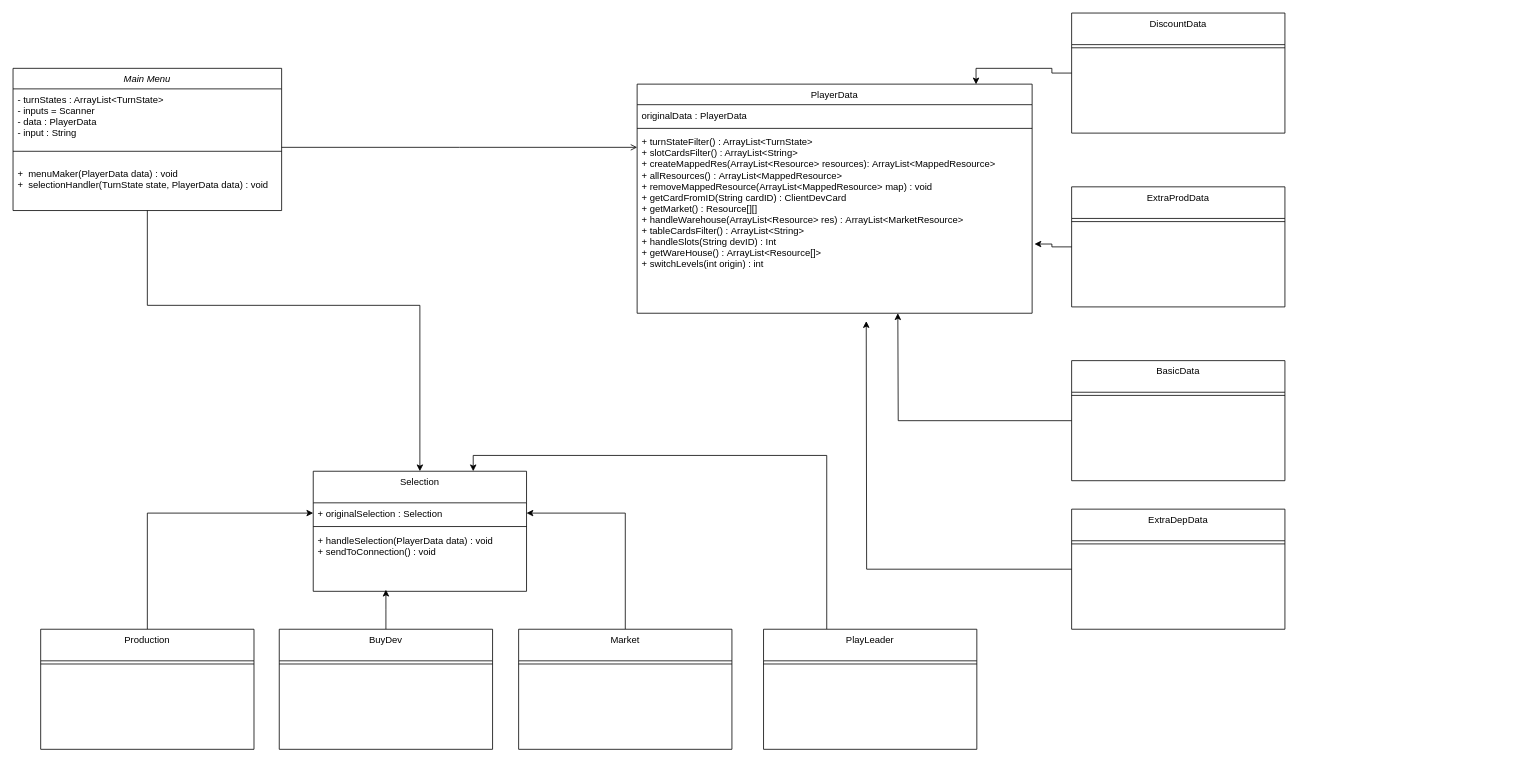
Above: Untitled Diagram.drawio in antonypascalino/ing-sw-2021-pascalino-pestrin-nebolosi (draw.io), before the change. Source tidied: cells renumbered, new cells numbered last; positions are measured from the earlier drawing's top-left corner, leaving out a move shared by most shapes. Both pictures are drawn from the tidied source at 79%, with x=0, y=0 at pixel (13, 13).
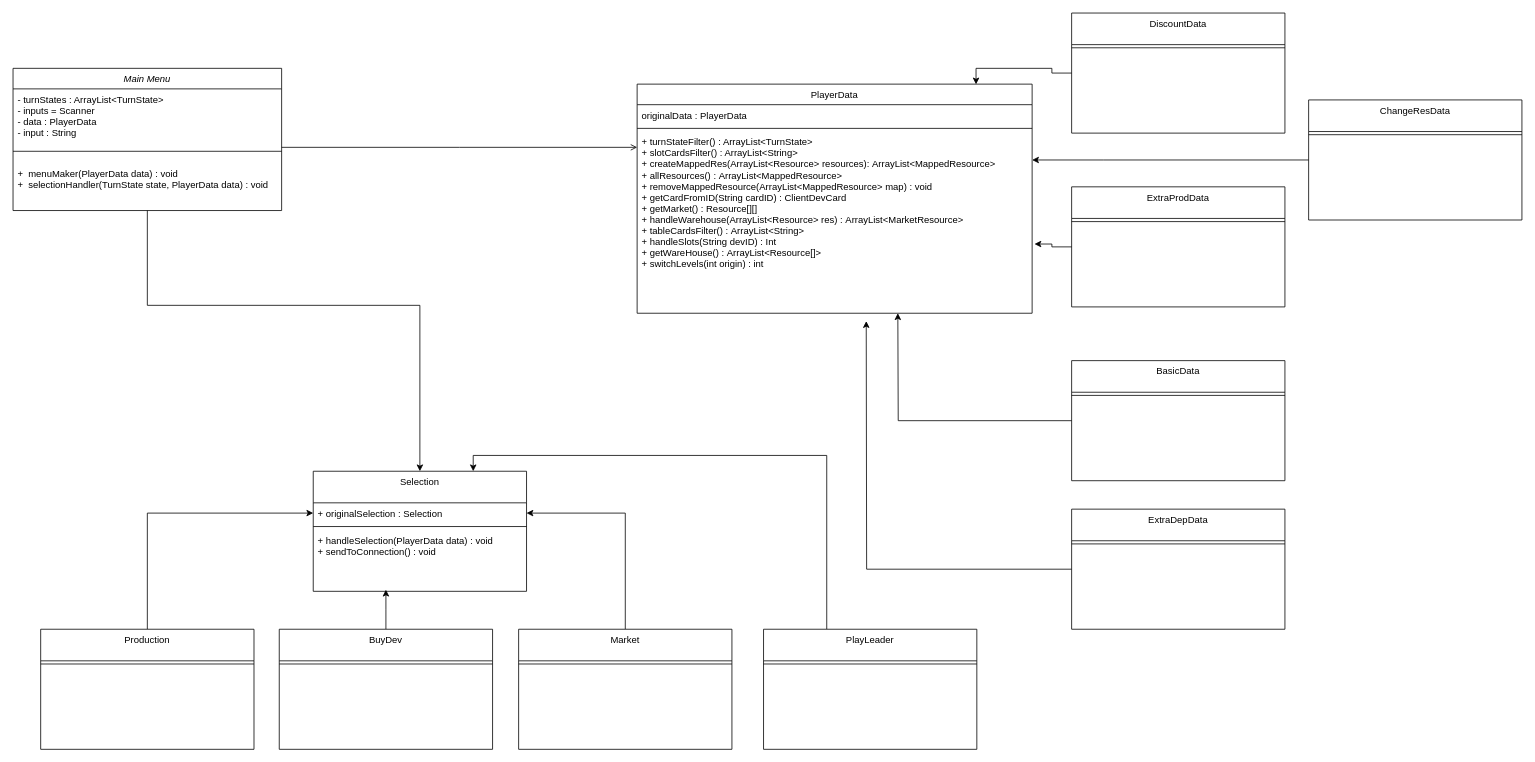
The same diagram, later.

Commit message:
Updated View uml

The change refers to these unchanged cells:
```xml
<mxCell id="14" value="+ turnStateFilter() : ArrayList&lt;TurnState&gt;&#10;+ slotCardsFilter() : ArrayList&lt;String&gt;&#10;+ createMappedRes(ArrayList&lt;Resource&gt; resources): ArrayList&lt;MappedResource&gt;&#10;+ allResources() : ArrayList&lt;MappedResource&gt;&#10;+ removeMappedResource(ArrayList&lt;MappedResource&gt; map) : void&#10;+ getCardFromID(String cardID) : ClientDevCard&#10;+ getMarket() : Resource[][]&#10;+ handleWarehouse(ArrayList&lt;Resource&gt; res) : ArrayList&lt;MarketResource&gt;&#10;+ tableCardsFilter() : ArrayList&lt;String&gt;&#10;+ handleSlots(String devID) : Int&#10;+ getWareHouse() : ArrayList&lt;Resource[]&gt;&#10;+ switchLevels(int origin) : int " style="text;align=left;verticalAlign=top;spacingLeft=4;spacingRight=4;overflow=hidden;points=[[0,0.5],[1,0.5]];portConstraint=eastwest;" parent="11" vertex="1">
  <mxGeometry y="60" width="500" height="200" as="geometry" />
</mxCell>
```

Change to the diagram source:
```diff
@@
+    <mxCell id="40" style="edgeStyle=orthogonalEdgeStyle;rounded=0;jettySize=auto;html=1;" parent="1" edge="1" source="41" target="14">
+      <mxGeometry relative="1" as="geometry">
+        <Array as="points">
+          <mxPoint x="1380" y="186" />
+          <mxPoint x="1380" y="186" />
+        </Array>
+      </mxGeometry>
+    </mxCell>
+    <mxCell id="41" value="ChangeResData&#10;" style="swimlane;fontStyle=0;align=center;verticalAlign=top;horizontal=1;startSize=40;rounded=0;shadow=0;strokeWidth=1;" parent="1" vertex="1">
+      <mxGeometry x="1640" y="110" width="270" height="152" as="geometry" />
+    </mxCell>
+    <mxCell id="42" style="line;html=1;strokeWidth=1;align=left;verticalAlign=middle;spacingTop=-1;spacingLeft=3;spacingRight=3;labelPosition=right;" parent="41" vertex="1">
+      <mxGeometry y="40" width="270" height="8" as="geometry" />
+    </mxCell>
```
